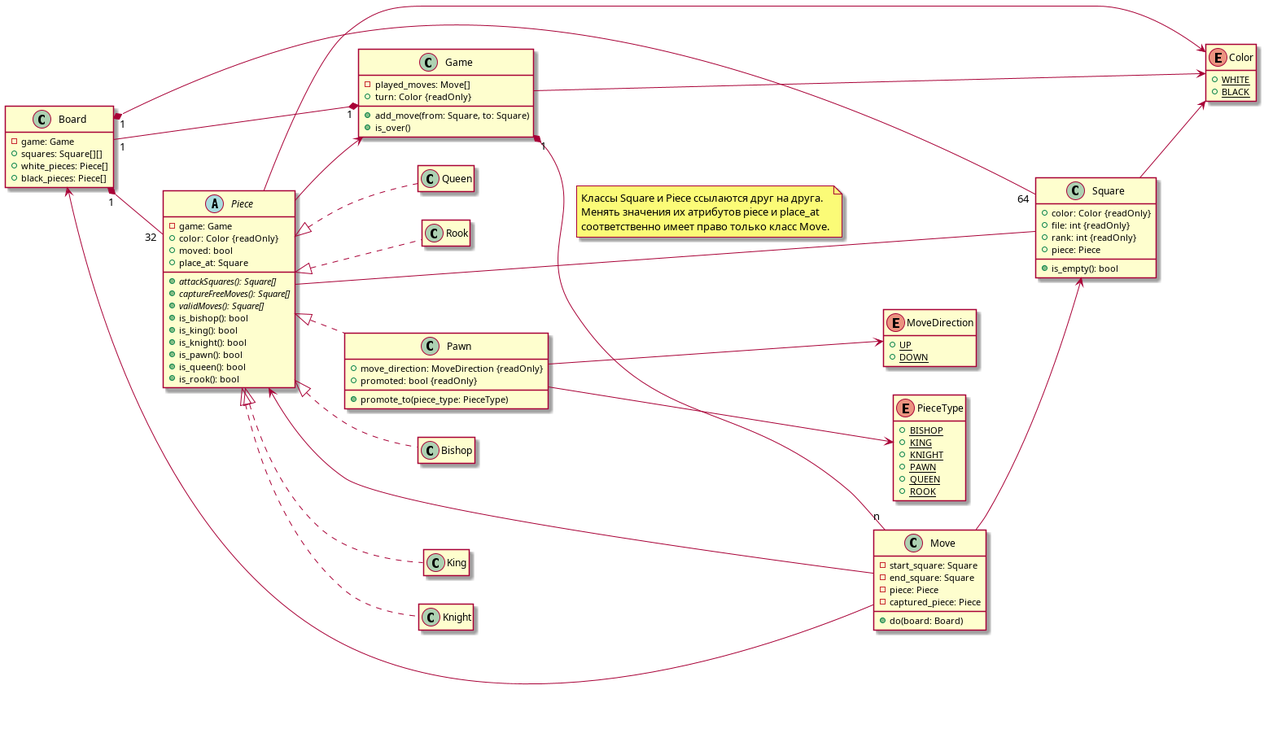
The PlantUML diagram docs/chess.png in jaeshaed/531-chess, before a commit. Its source is kept beside it as docs/chess.puml.
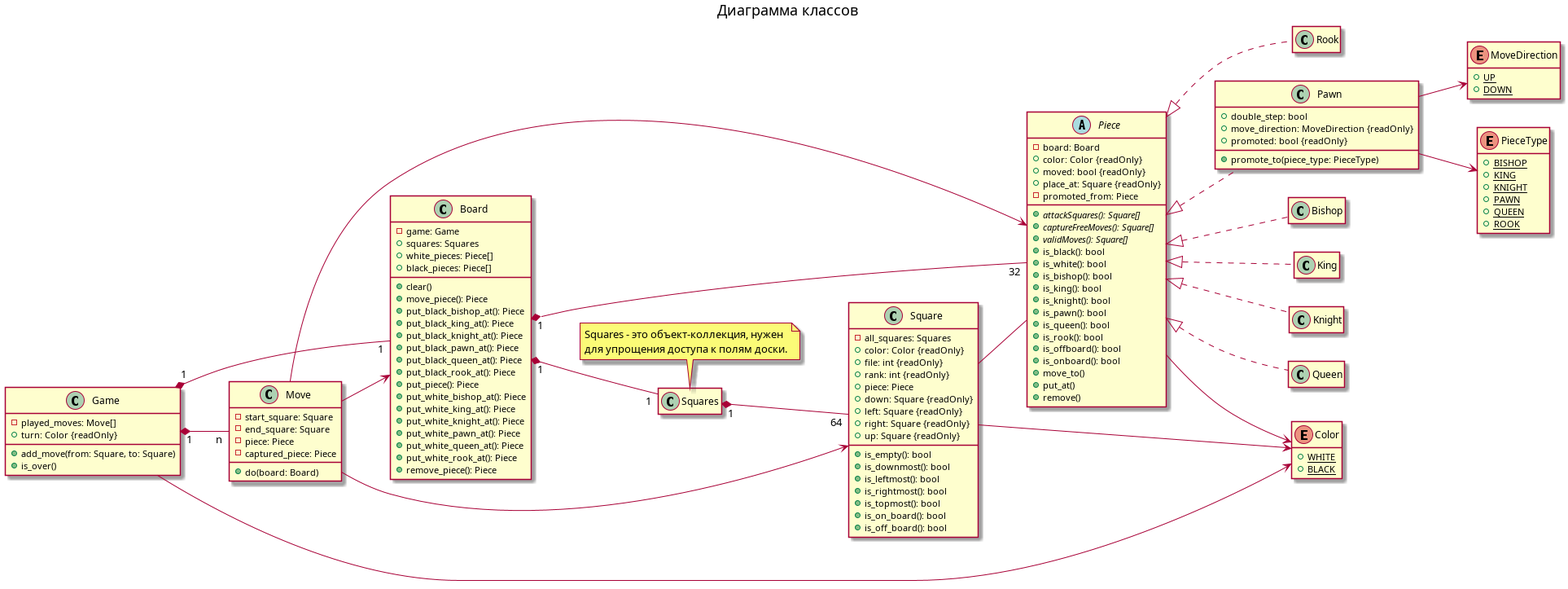
After the change.

Commit message:
Обновил диаграмму классов.

The edit, as a diff of the source:
```diff
@@ -1,15 +1,37 @@
 @startuml
 left to right direction
 hide empty members
+title Диаграмма классов
 
 class Board {
   -game: Game
-  +squares: Square[][]
+  +squares: Squares
   +white_pieces: Piece[]
   +black_pieces: Piece[]
+  +clear()
+  +move_piece(): Piece
+  +put_black_bishop_at(): Piece
+  +put_black_king_at(): Piece
+  +put_black_knight_at(): Piece
+  +put_black_pawn_at(): Piece
+  +put_black_queen_at(): Piece
+  +put_black_rook_at(): Piece
+  +put_piece(): Piece
+  +put_white_bishop_at(): Piece
+  +put_white_king_at(): Piece
+  +put_white_knight_at(): Piece
+  +put_white_pawn_at(): Piece
+  +put_white_queen_at(): Piece
+  +put_white_rook_at(): Piece
+  +remove_piece(): Piece
 }
 Board "1" *-- "32" Piece
-Board "1" *-- "64" Square
+Board "1" *-- "1" Squares
+Squares "1" *-- "64" Square
+note top of Squares
+  Squares - это объект-коллекция, нужен
+  для упрощения доступа к полям доски.
+end note
 
 enum Color {
   {static} + WHITE
@@ -43,6 +65,7 @@
 }
 
 class Pawn {
+  +double_step: bool
   +move_direction: MoveDirection {readOnly}
   +promoted: bool {readOnly}
   +promote_to(piece_type: PieceType)
@@ -51,19 +74,27 @@
 Pawn --> PieceType
 
 abstract class Piece {
-  -game: Game
+  -board: Board
   +color: Color {readOnly}
-  +moved: bool
-  +place_at: Square
+  +moved: bool {readOnly}
+  +place_at: Square {readOnly}
+  -promoted_from: Piece
   {abstract} +attackSquares(): Square[]
   {abstract} +captureFreeMoves(): Square[]
   {abstract} +validMoves(): Square[]
+  +is_black(): bool
+  +is_white(): bool
   +is_bishop(): bool
   +is_king(): bool
   +is_knight(): bool
   +is_pawn(): bool
   +is_queen(): bool
   +is_rook(): bool
+  +is_offboard(): bool
+  +is_onboard(): bool
+  +move_to()
+  +put_at()
+  +remove()
 }
 Piece --> Color
 Piece <|.. Bishop
@@ -72,7 +103,6 @@
 Piece <|.. Queen
 Piece <|.. Rook
 Piece <|.. Pawn
-Piece --> Game
 
 enum PieceType {
   {static} +BISHOP
@@ -84,17 +114,23 @@
 }
 
 class Square {
+  -all_squares: Squares
   +color: Color {readOnly}
   +file: int {readOnly}
   +rank: int {readOnly}
   +piece: Piece
+  +down: Square {readOnly}
+  +left: Square {readOnly}
+  +right: Square {readOnly}
+  +up: Square {readOnly}
   +is_empty(): bool
+  +is_downmost(): bool
+  +is_leftmost(): bool
+  +is_rightmost(): bool
+  +is_topmost(): bool
+  +is_on_board(): bool
+  +is_off_board(): bool
 }
 Square --> Color
 Square -- Piece
-note on link
-  Классы Square и Piece ссылаются друг на друга.
-  Менять значения их атрибутов piece и place_at
-  соответственно имеет право только класс Move.
-end note
 @enduml
```
